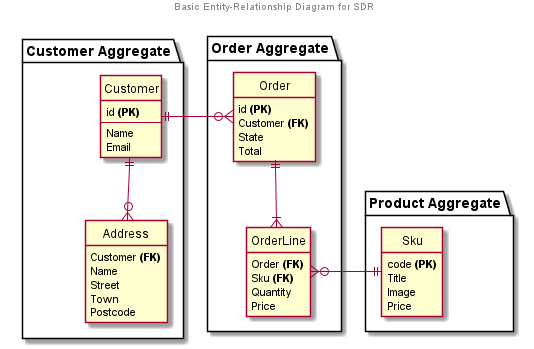
Above: docs/guidebook/09-data/entity-relationship-diagram-main.png in chrisarmitage/super-duper-robot (PlantUML), before the change.
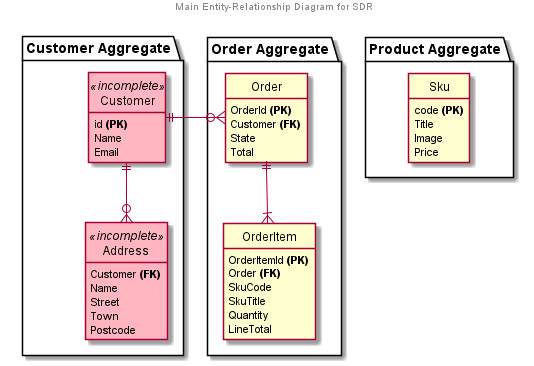
After the commit.

Commit message:
Update ERD to match current code

What changed in the source:
```diff
@@ -1,23 +1,27 @@
 @startuml
 
 center header
-Basic Entity-Relationship Diagram for SDR
+Main Entity-Relationship Diagram for SDR
 endheader
 
 hide circle
 hide empty members
 
 
+skinparam class {
+	backgroundColor<<external>> LightCyan
+	backgroundColor<<incomplete>> LightPink
+}
+
 
 package "Customer Aggregate" {
-    entity Customer {
+    entity Customer <<incomplete>> {
         id <b>(PK)</b>
-        --
         Name
         Email
     }
 
-    entity Address {
+    entity Address <<incomplete>> {
         Customer <b>(FK)</b>
         Name
         Street
@@ -33,21 +37,23 @@
 
 package "Order Aggregate" {
     entity Order {
-        id <b>(PK)</b>
+        OrderId <b>(PK)</b>
         Customer <b>(FK)</b>
         State
         Total
     }
 
-    entity OrderLine {
+    entity OrderItem {
+        OrderItemId <b>(PK)</b>
         Order <b>(FK)</b>
-        Sku <b>(FK)</b>
+        SkuCode
+        SkuTitle
         Quantity
-        Price
+        LineTotal
     }
 }
 
-Order ||--|{ OrderLine
+Order ||--|{ OrderItem
 
 
 
@@ -69,6 +75,4 @@
 
 Customer ||-o{ Order
 
-OrderLine }o-|| Sku
-
 @enduml
```
